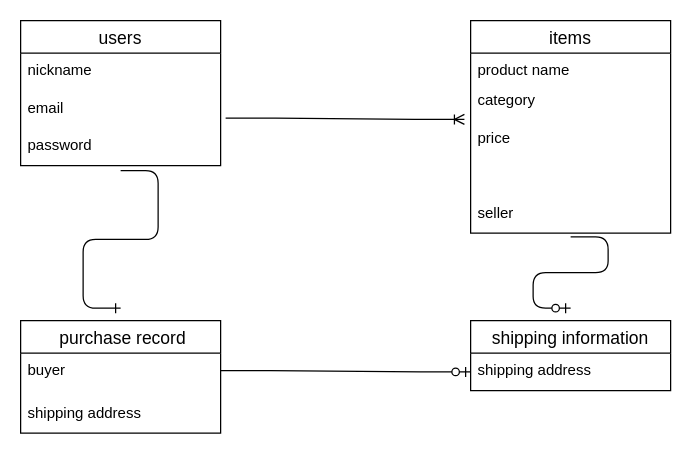
NaoakiM/furima-37413 keeps this draw.io diagram as test.dio. Above is the earlier version. Source tidied: cells renumbered, new cells numbered last; positions are measured from the earlier drawing's top-left corner, leaving out a move shared by most shapes. Both pictures are drawn from the tidied source at 125%, with x=0, y=0 at pixel (20, 20).
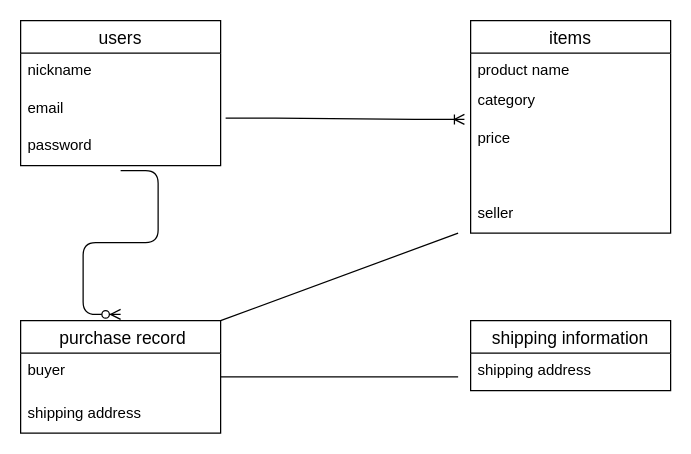
After the change.

Commit message (it also covers changes not shown here):
データベース設計修正1

Unchanged cells that the change refers to:
```xml
<mxCell id="10" value="seller" style="text;strokeColor=none;fillColor=none;spacingLeft=4;spacingRight=4;overflow=hidden;points=[[0,0.5],[1,0.5]];portConstraint=eastwest;fontSize=12;" parent="6" vertex="1">
  <mxGeometry y="140" width="160" height="30" as="geometry" />
</mxCell>
<mxCell id="11" value=" purchase record" style="swimlane;fontStyle=0;horizontal=1;startSize=26;align=center;fontSize=14;" parent="1" vertex="1">
  <mxGeometry y="240" width="160" height="90" as="geometry" />
</mxCell>
<mxCell id="15" value="shipping address" style="text;strokeColor=none;fillColor=none;spacingLeft=4;spacingRight=4;overflow=hidden;points=[[0,0.5],[1,0.5]];portConstraint=eastwest;fontSize=12;" parent="14" vertex="1">
  <mxGeometry y="26" width="160" height="30" as="geometry" />
</mxCell>
```

What changed in the source:
```diff
@@
-    <mxCell id="17" style="edgeStyle=entityRelationEdgeStyle;fontSize=12;html=1;endArrow=ERone;endFill=1;" parent="1" edge="1">
-      <mxGeometry relative="1" as="geometry">
-        <mxPoint x="80" y="120" as="sourcePoint" />
-        <mxPoint x="80" y="230" as="targetPoint" />
-      </mxGeometry>
-    </mxCell>
-    <mxCell id="18" style="edgeStyle=entityRelationEdgeStyle;fontSize=12;html=1;endArrow=ERzeroToOne;endFill=1;entryX=0;entryY=0.5;entryDx=0;entryDy=0;" parent="1" edge="1" target="15">
-      <mxGeometry relative="1" as="geometry">
-        <mxPoint x="160" y="280" as="sourcePoint" />
-      </mxGeometry>
-    </mxCell>
-    <mxCell id="19" style="edgeStyle=entityRelationEdgeStyle;fontSize=12;html=1;endArrow=ERzeroToOne;endFill=1;exitX=0.5;exitY=1.1;exitDx=0;exitDy=0;exitPerimeter=0;" parent="1" edge="1" source="10">
-      <mxGeometry relative="1" as="geometry">
-        <mxPoint x="440" y="230" as="targetPoint" />
-      </mxGeometry>
-    </mxCell>
+    <mxCell id="20" style="edgeStyle=entityRelationEdgeStyle;fontSize=12;html=1;endArrow=ERzeroToMany;endFill=1;" parent="1" edge="1">
+      <mxGeometry relative="1" as="geometry">
+        <mxPoint x="80" y="120" as="sourcePoint" />
+        <mxPoint x="80" y="235" as="targetPoint" />
+      </mxGeometry>
+    </mxCell>
+    <mxCell id="21" style="endArrow=none;html=1;rounded=0;exitX=1;exitY=0;exitDx=0;exitDy=0;" parent="1" edge="1" source="11">
+      <mxGeometry relative="1" as="geometry">
+        <mxPoint x="350" y="170" as="targetPoint" />
+      </mxGeometry>
+    </mxCell>
+    <mxCell id="22" style="line;strokeWidth=1;dashed=0;labelPosition=right;align=left;verticalAlign=middle;spacingTop=0;spacingLeft=6;" parent="1" vertex="1">
+      <mxGeometry x="160" y="280" width="190" height="10" as="geometry" />
+    </mxCell>
```
